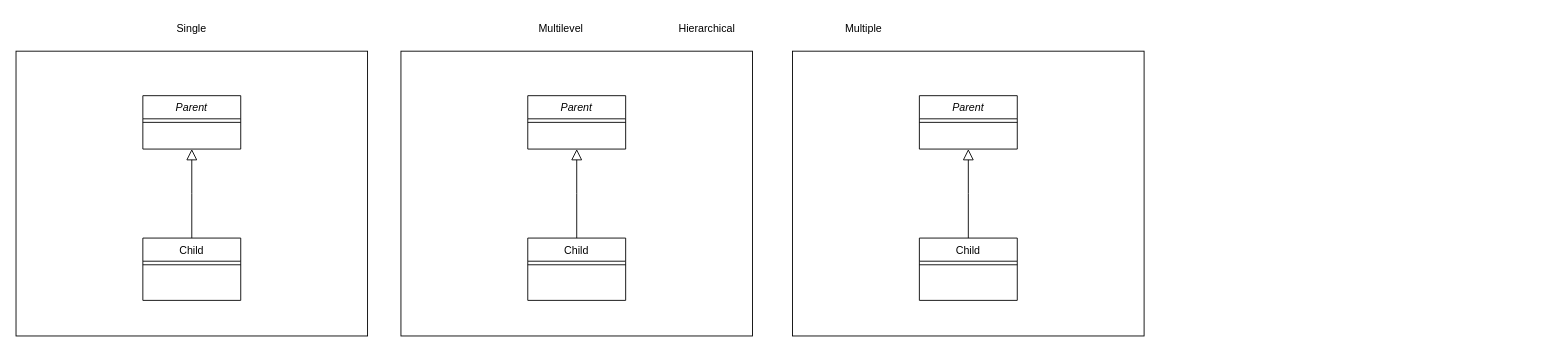
Before: Python/Basics/Classes/Inheritance.drawio in tukseedo/Learning, a draw.io diagram. Source tidied: cells renumbered, new cells numbered last; positions are measured from the earlier drawing's top-left corner, leaving out a move shared by most shapes. Both pictures are drawn from the tidied source at 89%, with x=0, y=0 at pixel (16, 15).
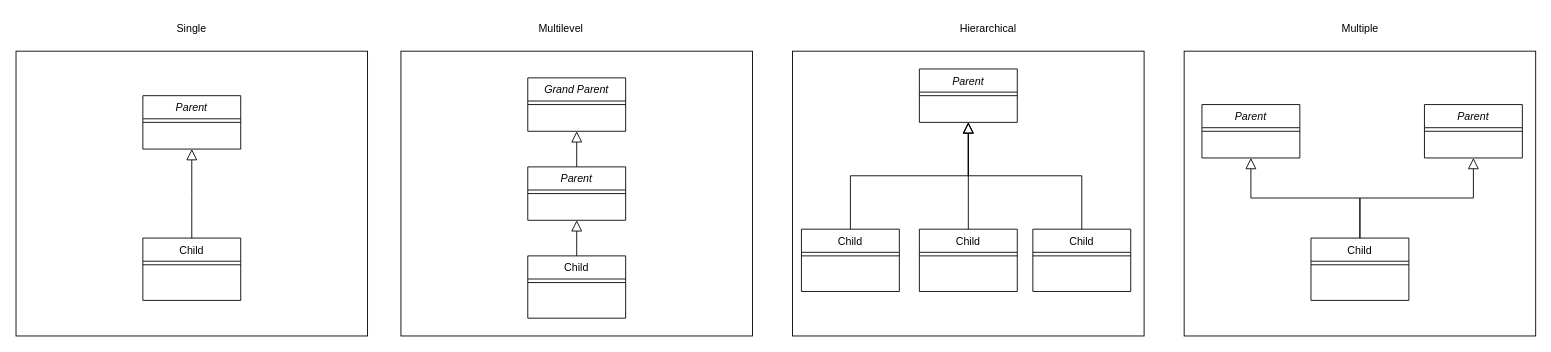
The same page after the edit.

What changed in the source:
```diff
@@
     <mxCell id="10" value="Hierarchical" style="text;html=1;strokeColor=none;fillColor=none;align=center;verticalAlign=middle;whiteSpace=wrap;rounded=0;" parent="1" vertex="1">
-      <mxGeometry x="746" width="60" height="30" as="geometry" />
+      <mxGeometry x="1062" width="60" height="30" as="geometry" />
     </mxCell>
     <mxCell id="11" value="Multiple" style="text;html=1;strokeColor=none;fillColor=none;align=center;verticalAlign=middle;whiteSpace=wrap;rounded=0;" parent="1" vertex="1">
-      <mxGeometry x="922" width="60" height="30" as="geometry" />
+      <mxGeometry x="1479.5" width="60" height="30" as="geometry" />
     </mxCell>
@@
     <mxCell id="13" value="Parent" style="swimlane;fontStyle=2;align=center;verticalAlign=top;horizontal=1;startSize=26;rounded=0;shadow=0;strokeWidth=1;" parent="1" vertex="1">
-      <mxGeometry x="574.5" y="90" width="110" height="60" as="geometry" />
+      <mxGeometry x="574.5" y="170" width="110" height="60" as="geometry" />
     </mxCell>
@@
     <mxCell id="15" value="Child" style="swimlane;fontStyle=0;align=center;verticalAlign=top;horizontal=1;startSize=26;rounded=0;shadow=0;strokeWidth=1;" parent="1" vertex="1">
-      <mxGeometry x="574.5" y="250" width="110" height="70" as="geometry" />
+      <mxGeometry x="574.5" y="270" width="110" height="70" as="geometry" />
     </mxCell>
@@
     <mxCell id="19" value="Parent" style="swimlane;fontStyle=2;align=center;verticalAlign=top;horizontal=1;startSize=26;rounded=0;shadow=0;strokeWidth=1;" parent="1" vertex="1">
-      <mxGeometry x="1014.5" y="90" width="110" height="60" as="geometry" />
+      <mxGeometry x="1014.5" y="60" width="110" height="60" as="geometry" />
     </mxCell>
@@
     <mxCell id="21" value="Child" style="swimlane;fontStyle=0;align=center;verticalAlign=top;horizontal=1;startSize=26;rounded=0;shadow=0;strokeWidth=1;" parent="1" vertex="1">
-      <mxGeometry x="1014.5" y="250" width="110" height="70" as="geometry" />
+      <mxGeometry x="882" y="240" width="110" height="70" as="geometry" />
     </mxCell>
@@
+    <mxCell id="24" style="rounded=0;whiteSpace=wrap;html=1;" parent="1" vertex="1">
+      <mxGeometry x="1312" y="40" width="395" height="320" as="geometry" />
+    </mxCell>
+    <mxCell id="25" value="Parent" style="swimlane;fontStyle=2;align=center;verticalAlign=top;horizontal=1;startSize=26;rounded=0;shadow=0;strokeWidth=1;" parent="1" vertex="1">
+      <mxGeometry x="1582" y="100" width="110" height="60" as="geometry" />
+    </mxCell>
+    <mxCell id="26" style="line;html=1;strokeWidth=1;align=left;verticalAlign=middle;spacingTop=-1;spacingLeft=3;spacingRight=3;labelPosition=right;" parent="25" vertex="1">
+      <mxGeometry y="26" width="110" height="8" as="geometry" />
+    </mxCell>
+    <mxCell id="27" value="Child" style="swimlane;fontStyle=0;align=center;verticalAlign=top;horizontal=1;startSize=26;rounded=0;shadow=0;strokeWidth=1;" parent="1" vertex="1">
+      <mxGeometry x="1454.5" y="250" width="110" height="70" as="geometry" />
+    </mxCell>
+    <mxCell id="28" style="line;html=1;strokeWidth=1;align=left;verticalAlign=middle;spacingTop=-1;spacingLeft=3;spacingRight=3;labelPosition=right;" parent="27" vertex="1">
+      <mxGeometry y="26" width="110" height="8" as="geometry" />
+    </mxCell>
+    <mxCell id="29" style="endArrow=block;endSize=10;endFill=0;shadow=0;strokeWidth=1;rounded=0;edgeStyle=elbowEdgeStyle;elbow=vertical;" parent="1" edge="1" source="27" target="25">
+      <mxGeometry relative="1" as="geometry" />
+    </mxCell>
+    <mxCell id="30" value="Grand Parent" style="swimlane;fontStyle=2;align=center;verticalAlign=top;horizontal=1;startSize=26;rounded=0;shadow=0;strokeWidth=1;" parent="1" vertex="1">
+      <mxGeometry x="574.5" y="70" width="110" height="60" as="geometry" />
+    </mxCell>
+    <mxCell id="31" style="line;html=1;strokeWidth=1;align=left;verticalAlign=middle;spacingTop=-1;spacingLeft=3;spacingRight=3;labelPosition=right;" parent="30" vertex="1">
+      <mxGeometry y="26" width="110" height="8" as="geometry" />
+    </mxCell>
+    <mxCell id="32" style="endArrow=block;endSize=10;endFill=0;shadow=0;strokeWidth=1;rounded=0;edgeStyle=elbowEdgeStyle;elbow=vertical;entryX=0.5;entryY=1;entryDx=0;entryDy=0;exitX=0.5;exitY=0;exitDx=0;exitDy=0;" parent="1" edge="1" source="13" target="30">
+      <mxGeometry relative="1" as="geometry" />
+    </mxCell>
+    <mxCell id="33" value="Child" style="swimlane;fontStyle=0;align=center;verticalAlign=top;horizontal=1;startSize=26;rounded=0;shadow=0;strokeWidth=1;" parent="1" vertex="1">
+      <mxGeometry x="1142" y="240" width="110" height="70" as="geometry" />
+    </mxCell>
+    <mxCell id="34" style="line;html=1;strokeWidth=1;align=left;verticalAlign=middle;spacingTop=-1;spacingLeft=3;spacingRight=3;labelPosition=right;" parent="33" vertex="1">
+      <mxGeometry y="26" width="110" height="8" as="geometry" />
+    </mxCell>
+    <mxCell id="35" value="Child" style="swimlane;fontStyle=0;align=center;verticalAlign=top;horizontal=1;startSize=26;rounded=0;shadow=0;strokeWidth=1;" parent="1" vertex="1">
+      <mxGeometry x="1014.5" y="240" width="110" height="70" as="geometry" />
+    </mxCell>
+    <mxCell id="36" style="line;html=1;strokeWidth=1;align=left;verticalAlign=middle;spacingTop=-1;spacingLeft=3;spacingRight=3;labelPosition=right;" parent="35" vertex="1">
+      <mxGeometry y="26" width="110" height="8" as="geometry" />
+    </mxCell>
+    <mxCell id="37" style="endArrow=block;endSize=10;endFill=0;shadow=0;strokeWidth=1;rounded=0;edgeStyle=elbowEdgeStyle;elbow=vertical;exitX=0.5;exitY=0;exitDx=0;exitDy=0;entryX=0.5;entryY=1;entryDx=0;entryDy=0;" parent="1" edge="1" source="35" target="19">
+      <mxGeometry relative="1" as="geometry" />
+    </mxCell>
+    <mxCell id="38" style="endArrow=block;endSize=10;endFill=0;shadow=0;strokeWidth=1;rounded=0;edgeStyle=elbowEdgeStyle;elbow=vertical;exitX=0.5;exitY=0;exitDx=0;exitDy=0;entryX=0.5;entryY=1;entryDx=0;entryDy=0;" parent="1" edge="1" source="33" target="19">
+      <mxGeometry relative="1" as="geometry" />
+    </mxCell>
+    <mxCell id="39" value="Parent" style="swimlane;fontStyle=2;align=center;verticalAlign=top;horizontal=1;startSize=26;rounded=0;shadow=0;strokeWidth=1;" parent="1" vertex="1">
+      <mxGeometry x="1332" y="100" width="110" height="60" as="geometry" />
+    </mxCell>
+    <mxCell id="40" style="line;html=1;strokeWidth=1;align=left;verticalAlign=middle;spacingTop=-1;spacingLeft=3;spacingRight=3;labelPosition=right;" parent="39" vertex="1">
+      <mxGeometry y="26" width="110" height="8" as="geometry" />
+    </mxCell>
+    <mxCell id="41" style="endArrow=block;endSize=10;endFill=0;shadow=0;strokeWidth=1;rounded=0;edgeStyle=elbowEdgeStyle;elbow=vertical;exitX=0.5;exitY=0;exitDx=0;exitDy=0;entryX=0.5;entryY=1;entryDx=0;entryDy=0;" parent="1" edge="1" source="27" target="39">
+      <mxGeometry relative="1" as="geometry" />
+    </mxCell>
```
